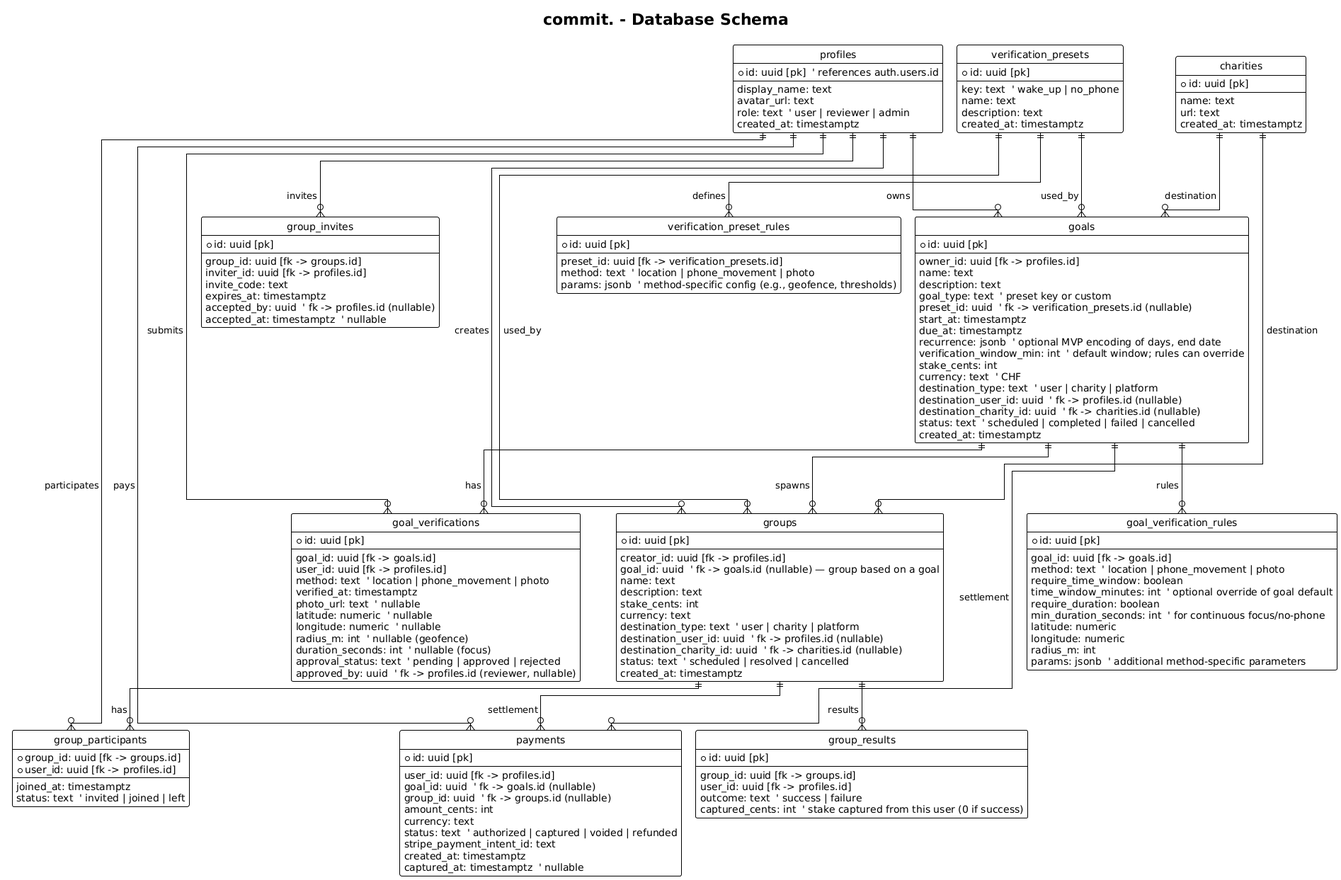
Earlier version of the PlantUML export docs/db-schema.png (getcommitapp/commit). Source of this version:
```plantuml
@startuml db-schema
title commit. - Database Schema

!theme plain
!pragma layout elk
left to right direction
hide circle
hide methods
hide stereotypes
skinparam linetype ortho
skinparam nodesep 90
skinparam ranksep 150
skinparam class {
  BackgroundColor White
  BorderColor Black
}

entity "profiles" as profiles {
  + id: uuid [pk]  ' references auth.users.id
  --
  display_name: text
  avatar_url: text
  role: text  ' user | reviewer | admin
  created_at: timestamptz
}

entity "charities" as charities {
  + id: uuid [pk]
  --
  name: text
  url: text
  created_at: timestamptz
}

entity "goals" as goals {
  + id: uuid [pk]
  --
  owner_id: uuid [fk -> profiles.id]
  name: text
  description: text
  goal_type: text  ' preset key or custom
  preset_id: uuid  ' fk -> verification_presets.id (nullable)
  start_at: timestamptz
  due_at: timestamptz
  recurrence: jsonb  ' optional MVP encoding of days, end date
  verification_window_min: int  ' default window; rules can override
  stake_cents: int
  currency: text  ' CHF
  destination_type: text  ' user | charity | platform
  destination_user_id: uuid  ' fk -> profiles.id (nullable)
  destination_charity_id: uuid  ' fk -> charities.id (nullable)
  status: text  ' scheduled | completed | failed | cancelled
  created_at: timestamptz
}

entity "goal_verifications" as goal_verifications {
  + id: uuid [pk]
  --
  goal_id: uuid [fk -> goals.id]
  user_id: uuid [fk -> profiles.id]
  method: text  ' location | phone_movement | photo
  verified_at: timestamptz
  photo_url: text  ' nullable
  latitude: numeric  ' nullable
  longitude: numeric  ' nullable
  radius_m: int  ' nullable (geofence)
  duration_seconds: int  ' nullable (focus)
  approval_status: text  ' pending | approved | rejected
  approved_by: uuid  ' fk -> profiles.id (reviewer, nullable)
}

entity "groups" as groups {
  + id: uuid [pk]
  --
  creator_id: uuid [fk -> profiles.id]
  goal_id: uuid  ' fk -> goals.id (nullable) — group based on a goal
  name: text
  description: text
  stake_cents: int
  currency: text
  destination_type: text  ' user | charity | platform
  destination_user_id: uuid  ' fk -> profiles.id (nullable)
  destination_charity_id: uuid  ' fk -> charities.id (nullable)
  status: text  ' scheduled | resolved | cancelled
  created_at: timestamptz
}

entity "verification_presets" as verification_presets {
  + id: uuid [pk]
  --
  key: text  ' wake_up | no_phone
  name: text
  description: text
  created_at: timestamptz
}

entity "verification_preset_rules" as verification_preset_rules {
  + id: uuid [pk]
  --
  preset_id: uuid [fk -> verification_presets.id]
  method: text  ' location | phone_movement | photo
  params: jsonb  ' method-specific config (e.g., geofence, thresholds)
}

entity "goal_verification_rules" as goal_verification_rules {
  + id: uuid [pk]
  --
  goal_id: uuid [fk -> goals.id]
  method: text  ' location | phone_movement | photo
  require_time_window: boolean
  time_window_minutes: int  ' optional override of goal default
  require_duration: boolean
  min_duration_seconds: int  ' for continuous focus/no-phone
  latitude: numeric
  longitude: numeric
  radius_m: int
  params: jsonb  ' additional method-specific parameters
}


entity "group_participants" as group_participants {
  + group_id: uuid [fk -> groups.id]
  + user_id: uuid [fk -> profiles.id]
  --
  joined_at: timestamptz
  status: text  ' invited | joined | left
}

entity "group_results" as group_results {
  + id: uuid [pk]
  --
  group_id: uuid [fk -> groups.id]
  user_id: uuid [fk -> profiles.id]
  outcome: text  ' success | failure
  captured_cents: int  ' stake captured from this user (0 if success)
}

entity "group_invites" as group_invites {
  + id: uuid [pk]
  --
  group_id: uuid [fk -> groups.id]
  inviter_id: uuid [fk -> profiles.id]
  invite_code: text
  expires_at: timestamptz
  accepted_by: uuid  ' fk -> profiles.id (nullable)
  accepted_at: timestamptz  ' nullable
}

entity "payments" as payments {
  + id: uuid [pk]
  --
  user_id: uuid [fk -> profiles.id]
  goal_id: uuid  ' fk -> goals.id (nullable)
  group_id: uuid  ' fk -> groups.id (nullable)
  amount_cents: int
  currency: text
  status: text  ' authorized | captured | voided | refunded
  stripe_payment_intent_id: text
  created_at: timestamptz
  captured_at: timestamptz  ' nullable
}

profiles ||--o{ goals : owns
profiles ||--o{ goal_verifications : submits
profiles ||--o{ groups : creates
profiles ||--o{ group_participants : participates
profiles ||--o{ group_invites : invites
profiles ||--o{ payments : pays

charities ||--o{ goals : destination
charities ||--o{ groups : destination

goals ||--o{ goal_verifications : has
goals ||--o{ goal_verification_rules : rules

groups ||--o{ group_participants : has
groups ||--o{ group_results : results

goals ||--o{ groups : spawns

verification_presets ||--o{ verification_preset_rules : defines
verification_presets ||--o{ goals : used_by
verification_presets ||--o{ groups : used_by

goals ||--o{ payments : settlement
groups ||--o{ payments : settlement

@enduml
```
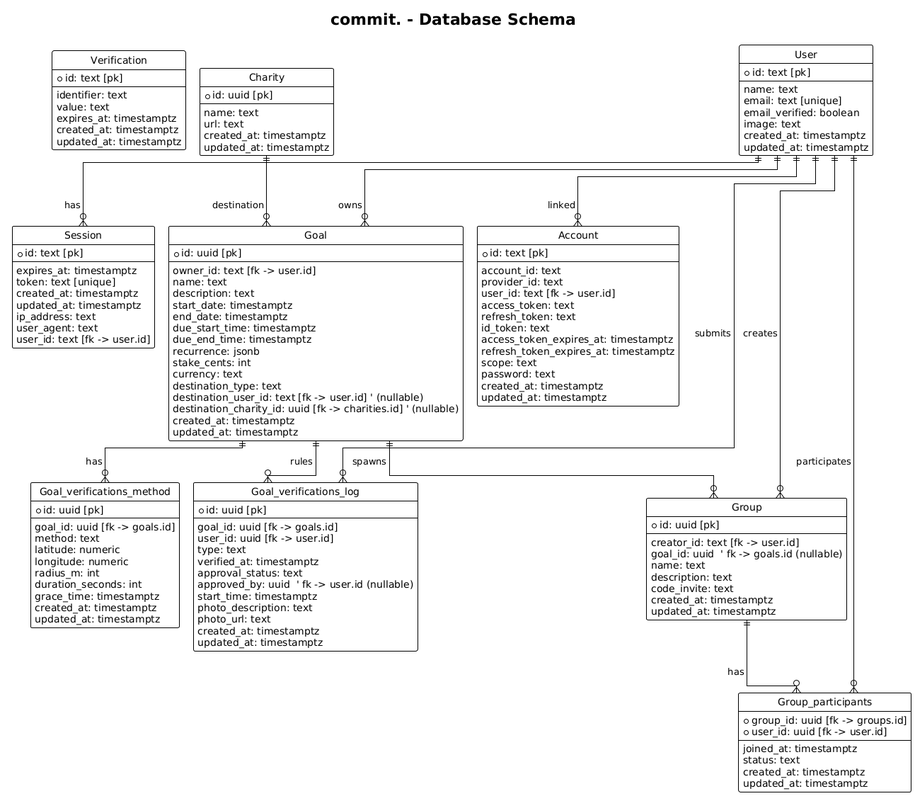
Later version of the same file.

What changed in the source:
```diff
@@ -1,6 +1,5 @@
 @startuml db-schema
 title commit. - Database Schema
-
 !theme plain
 !pragma layout elk
 left to right direction
@@ -15,174 +14,150 @@
   BorderColor Black
 }
 
-entity "profiles" as profiles {
-  + id: uuid [pk]  ' references auth.users.id
+entity "User" as user {
+  + id: text [pk]
   --
-  display_name: text
-  avatar_url: text
-  role: text  ' user | reviewer | admin
+  name: text
+  email: text [unique]
+  email_verified: boolean
+  image: text
   created_at: timestamptz
+  updated_at: timestamptz
 }
 
-entity "charities" as charities {
+entity "Session" as session {
+  + id: text [pk]
+  --
+  expires_at: timestamptz
+  token: text [unique]
+  created_at: timestamptz
+  updated_at: timestamptz
+  ip_address: text
+  user_agent: text
+  user_id: text [fk -> user.id]
+}
+
+entity "Account" as account {
+  + id: text [pk]
+  --
+  account_id: text
+  provider_id: text
+  user_id: text [fk -> user.id]
+  access_token: text
+  refresh_token: text
+  id_token: text
+  access_token_expires_at: timestamptz
+  refresh_token_expires_at: timestamptz
+  scope: text
+  password: text
+  created_at: timestamptz
+  updated_at: timestamptz
+}
+
+entity "Verification" as verification {
+  + id: text [pk]
+  --
+  identifier: text
+  value: text
+  expires_at: timestamptz
+  created_at: timestamptz
+  updated_at: timestamptz
+}
+
+entity "Charity" as charity {
   + id: uuid [pk]
   --
   name: text
   url: text
   created_at: timestamptz
+  updated_at: timestamptz
 }
 
-entity "goals" as goals {
+entity "Goal" as goal {
   + id: uuid [pk]
   --
-  owner_id: uuid [fk -> profiles.id]
+  owner_id: text [fk -> user.id]
   name: text
   description: text
-  goal_type: text  ' preset key or custom
-  preset_id: uuid  ' fk -> verification_presets.id (nullable)
-  start_at: timestamptz
-  due_at: timestamptz
-  recurrence: jsonb  ' optional MVP encoding of days, end date
-  verification_window_min: int  ' default window; rules can override
+  start_date: timestamptz
+  end_date: timestamptz
+  due_start_time: timestamptz
+  due_end_time: timestamptz
+  recurrence: jsonb
   stake_cents: int
-  currency: text  ' CHF
-  destination_type: text  ' user | charity | platform
-  destination_user_id: uuid  ' fk -> profiles.id (nullable)
-  destination_charity_id: uuid  ' fk -> charities.id (nullable)
-  status: text  ' scheduled | completed | failed | cancelled
+  currency: text
+  destination_type: text
+  destination_user_id: text [fk -> user.id] ' (nullable)
+  destination_charity_id: uuid [fk -> charities.id] ' (nullable)
   created_at: timestamptz
+  updated_at: timestamptz
 }
 
-entity "goal_verifications" as goal_verifications {
+entity "Goal_verifications_method" as goal_verifications_method {
   + id: uuid [pk]
   --
   goal_id: uuid [fk -> goals.id]
-  user_id: uuid [fk -> profiles.id]
-  method: text  ' location | phone_movement | photo
-  verified_at: timestamptz
-  photo_url: text  ' nullable
-  latitude: numeric  ' nullable
-  longitude: numeric  ' nullable
-  radius_m: int  ' nullable (geofence)
-  duration_seconds: int  ' nullable (focus)
-  approval_status: text  ' pending | approved | rejected
-  approved_by: uuid  ' fk -> profiles.id (reviewer, nullable)
+  method: text
+  latitude: numeric
+  longitude: numeric
+  radius_m: int
+  duration_seconds: int
+  grace_time: timestamptz
+  created_at: timestamptz
+  updated_at: timestamptz
 }
 
-entity "groups" as groups {
-  + id: uuid [pk]
-  --
-  creator_id: uuid [fk -> profiles.id]
-  goal_id: uuid  ' fk -> goals.id (nullable) — group based on a goal
-  name: text
-  description: text
-  stake_cents: int
-  currency: text
-  destination_type: text  ' user | charity | platform
-  destination_user_id: uuid  ' fk -> profiles.id (nullable)
-  destination_charity_id: uuid  ' fk -> charities.id (nullable)
-  status: text  ' scheduled | resolved | cancelled
-  created_at: timestamptz
-}
-
-entity "verification_presets" as verification_presets {
-  + id: uuid [pk]
-  --
-  key: text  ' wake_up | no_phone
-  name: text
-  description: text
-  created_at: timestamptz
-}
-
-entity "verification_preset_rules" as verification_preset_rules {
-  + id: uuid [pk]
-  --
-  preset_id: uuid [fk -> verification_presets.id]
-  method: text  ' location | phone_movement | photo
-  params: jsonb  ' method-specific config (e.g., geofence, thresholds)
-}
-
-entity "goal_verification_rules" as goal_verification_rules {
+entity "Goal_verifications_log" as goal_verifications_log {
   + id: uuid [pk]
   --
   goal_id: uuid [fk -> goals.id]
-  method: text  ' location | phone_movement | photo
-  require_time_window: boolean
-  time_window_minutes: int  ' optional override of goal default
-  require_duration: boolean
-  min_duration_seconds: int  ' for continuous focus/no-phone
-  latitude: numeric
-  longitude: numeric
-  radius_m: int
-  params: jsonb  ' additional method-specific parameters
+  user_id: uuid [fk -> user.id]
+  type: text
+  verified_at: timestamptz
+  approval_status: text
+  approved_by: uuid  ' fk -> user.id (nullable)
+  start_time: timestamptz
+  photo_description: text
+  photo_url: text
+  created_at: timestamptz
+  updated_at: timestamptz
 }
 
+entity "Group" as group {
+  + id: uuid [pk]
+  --
+  creator_id: text [fk -> user.id]
+  goal_id: uuid  ' fk -> goals.id (nullable)
+  name: text
+  description: text
+  code_invite: text
+  created_at: timestamptz
+  updated_at: timestamptz
+}
 
-entity "group_participants" as group_participants {
+entity "Group_participants" as group_participants {
   + group_id: uuid [fk -> groups.id]
-  + user_id: uuid [fk -> profiles.id]
+  + user_id: uuid [fk -> user.id]
   --
   joined_at: timestamptz
-  status: text  ' invited | joined | left
+  status: text
+  created_at: timestamptz
+  updated_at: timestamptz
 }
 
-entity "group_results" as group_results {
-  + id: uuid [pk]
-  --
-  group_id: uuid [fk -> groups.id]
-  user_id: uuid [fk -> profiles.id]
-  outcome: text  ' success | failure
-  captured_cents: int  ' stake captured from this user (0 if success)
-}
+user ||--o{ goal : owns
+user ||--o{ goal_verifications_log : submits
+user ||--o{ group : creates
+user ||--o{ group_participants : participates
+user ||--o{ session : has
+user ||--o{ account : linked
 
-entity "group_invites" as group_invites {
-  + id: uuid [pk]
-  --
-  group_id: uuid [fk -> groups.id]
-  inviter_id: uuid [fk -> profiles.id]
-  invite_code: text
-  expires_at: timestamptz
-  accepted_by: uuid  ' fk -> profiles.id (nullable)
-  accepted_at: timestamptz  ' nullable
-}
+charity ||--o{ goal : destination
 
-entity "payments" as payments {
-  + id: uuid [pk]
-  --
-  user_id: uuid [fk -> profiles.id]
-  goal_id: uuid  ' fk -> goals.id (nullable)
-  group_id: uuid  ' fk -> groups.id (nullable)
-  amount_cents: int
-  currency: text
-  status: text  ' authorized | captured | voided | refunded
-  stripe_payment_intent_id: text
-  created_at: timestamptz
-  captured_at: timestamptz  ' nullable
-}
+goal ||--o{ goal_verifications_method : has
+goal ||--o{ goal_verifications_log : rules
+goal ||--o{ group : spawns
 
-profiles ||--o{ goals : owns
-profiles ||--o{ goal_verifications : submits
-profiles ||--o{ groups : creates
-profiles ||--o{ group_participants : participates
-profiles ||--o{ group_invites : invites
-profiles ||--o{ payments : pays
-
-charities ||--o{ goals : destination
-charities ||--o{ groups : destination
-
-goals ||--o{ goal_verifications : has
-goals ||--o{ goal_verification_rules : rules
-
-groups ||--o{ group_participants : has
-groups ||--o{ group_results : results
-
-goals ||--o{ groups : spawns
-
-verification_presets ||--o{ verification_preset_rules : defines
-verification_presets ||--o{ goals : used_by
-verification_presets ||--o{ groups : used_by
-
-goals ||--o{ payments : settlement
-groups ||--o{ payments : settlement
+group ||--o{ group_participants : has
 
 @enduml
```
